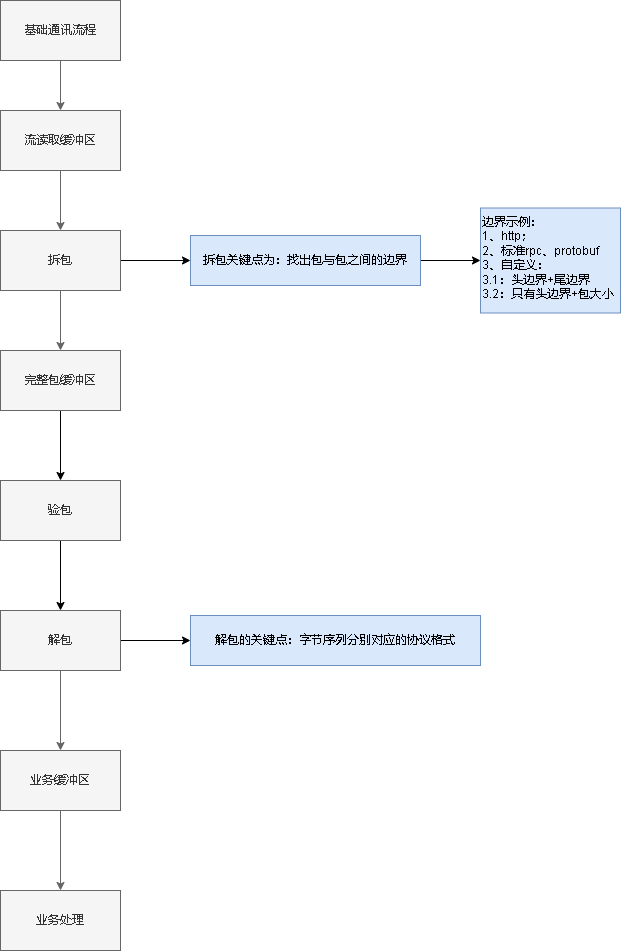
Above: cgo8_通讯设计.drawio.png in xktder/draw (draw.io), before the change. Source tidied: cells renumbered, new cells last; positions are measured from the earlier drawing's top-left corner, leaving out a move shared by most shapes.
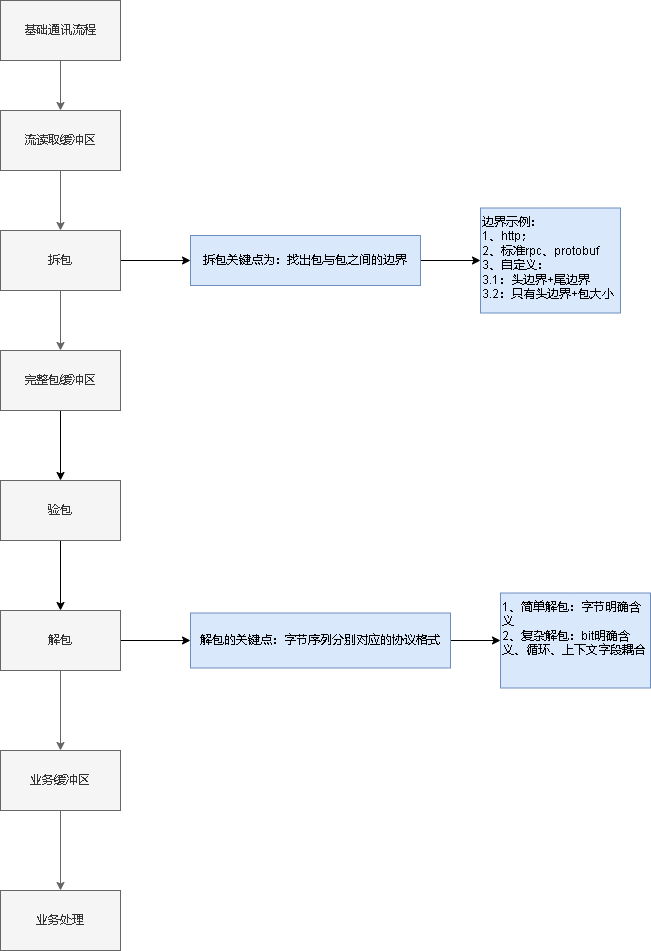
The same diagram one commit later.

Commit message:
更新cgo8_通讯设计.drawio.png

Diff of the diagram source:
```diff
@@ -53,8 +53,11 @@
     <mxCell id="18" value="业务处理" style="whiteSpace=wrap;html=1;rounded=0;fillColor=#f5f5f5;fontColor=#333333;strokeColor=#666666;" parent="1" vertex="1">
       <mxGeometry y="890" width="120" height="60" as="geometry" />
     </mxCell>
+    <mxCell id="23" style="edgeStyle=orthogonalEdgeStyle;rounded=0;jettySize=auto;html=1;" parent="1" edge="1" source="19" target="24">
+      <mxGeometry relative="1" as="geometry" />
+    </mxCell>
-    <mxCell id="19" value="解包的关键点：字节序列分别对应的协议格式" style="whiteSpace=wrap;html=1;rounded=0;fillColor=#dae8fc;strokeColor=#6c8ebf;" parent="1" vertex="1">
-      <mxGeometry x="190" y="615" width="290" height="50" as="geometry" />
+    <mxCell id="19" value="解包的关键点：字节序列分别对应的协议格式&lt;br&gt;" style="whiteSpace=wrap;html=1;rounded=0;fillColor=#dae8fc;strokeColor=#6c8ebf;" parent="1" vertex="1">
+      <mxGeometry x="190" y="612.5" width="260" height="55" as="geometry" />
     </mxCell>
     <mxCell id="20" value="边界示例：&lt;br&gt;1、http；&lt;br&gt;2、标准rpc、protobuf&lt;br&gt;3、自定义：&lt;br&gt;3.1：头边界+尾边界&lt;br&gt;3.2：只有头边界+包大小" style="whiteSpace=wrap;html=1;fillColor=#dae8fc;strokeColor=#6c8ebf;rounded=0;align=left;verticalAlign=top;" parent="1" vertex="1">
       <mxGeometry x="480" y="207.5" width="140" height="105" as="geometry" />
@@ -65,5 +68,8 @@
     <mxCell id="22" value="验包" style="whiteSpace=wrap;html=1;rounded=0;fillColor=#f5f5f5;fontColor=#333333;strokeColor=#666666;" parent="1" vertex="1">
       <mxGeometry y="480" width="120" height="60" as="geometry" />
     </mxCell>
+    <mxCell id="24" value="1、简单解包：字节明确含义&lt;br&gt;2、复杂解包：bit明确含义、循环、上下文字段耦合" style="whiteSpace=wrap;html=1;fillColor=#dae8fc;strokeColor=#6c8ebf;rounded=0;align=left;verticalAlign=top;" parent="1" vertex="1">
+      <mxGeometry x="500" y="592.5" width="150" height="95" as="geometry" />
+    </mxCell>
   </root>
 </mxGraphModel>
```
